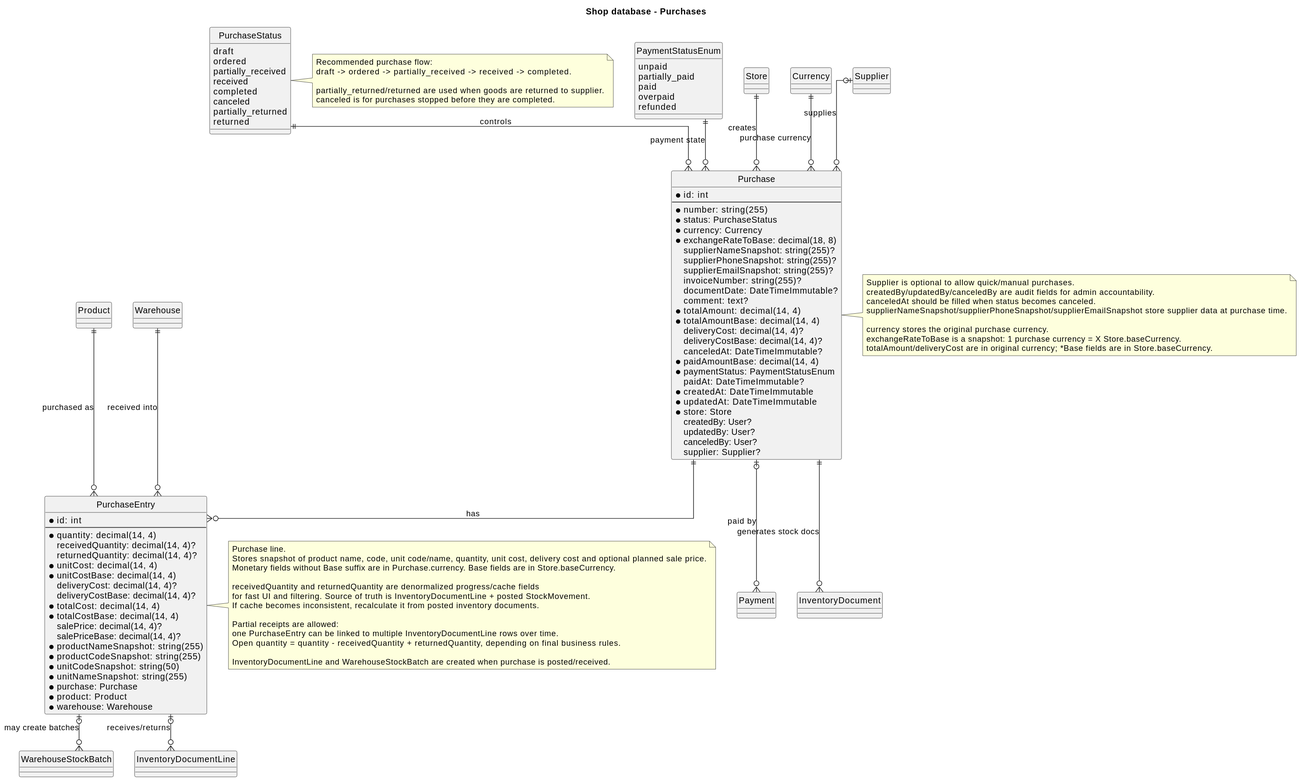
The PlantUML diagram src/Uml/database/06_Purchases.svg in Tolik1794/shop, before a commit.
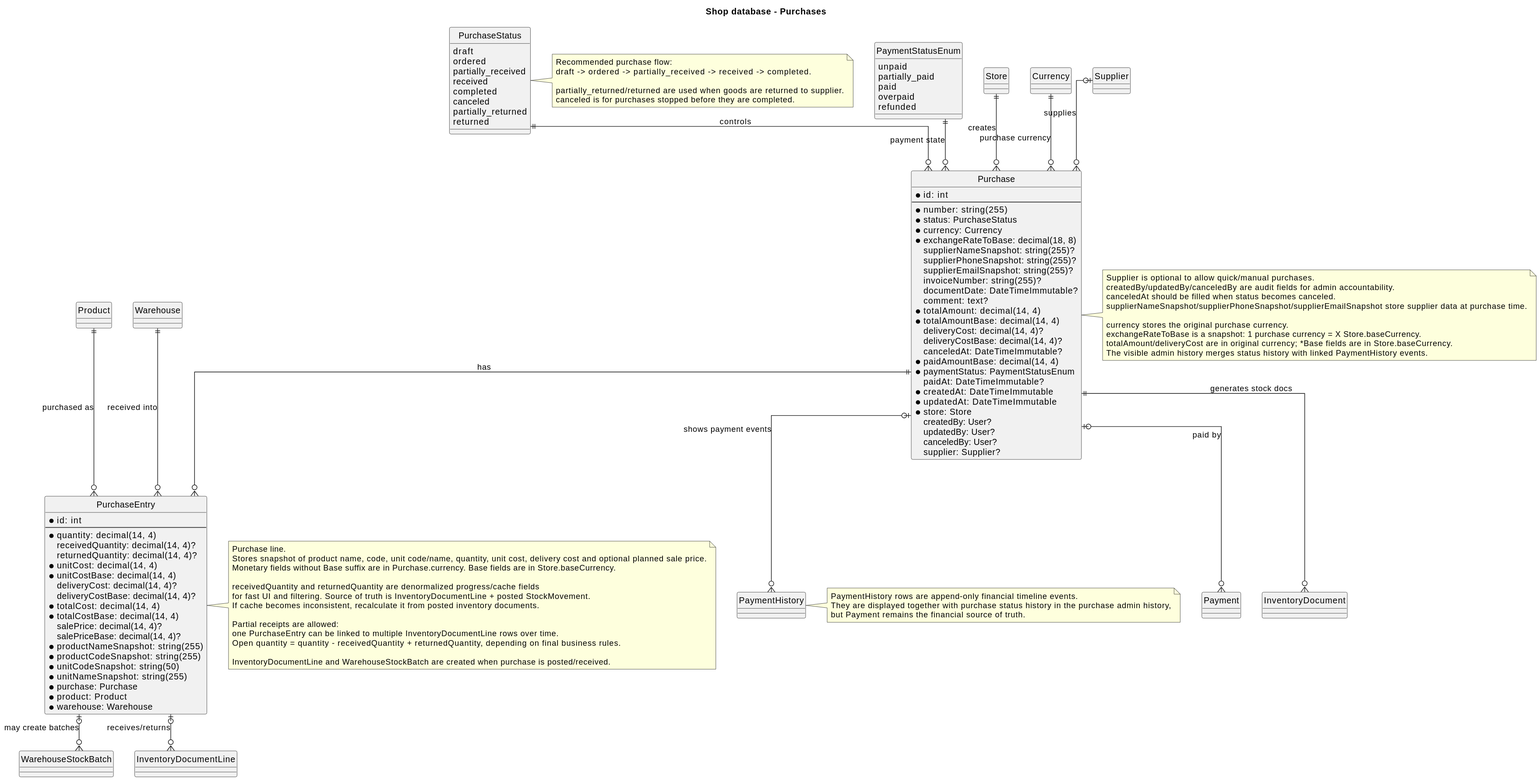
After the change.

What changed in the source:
```diff
@@ -83,6 +83,7 @@
 PaymentStatusEnum ||--o{ Purchase : payment state
 Purchase ||--o{ PurchaseEntry : has
 Purchase |o--o{ Payment : paid by
+Purchase |o--o{ PaymentHistory : shows payment events
 Purchase ||--o{ InventoryDocument : generates stock docs
 Product ||--o{ PurchaseEntry : purchased as
 Warehouse ||--o{ PurchaseEntry : received into
@@ -98,6 +99,13 @@
   currency stores the original purchase currency.
   exchangeRateToBase is a snapshot: 1 purchase currency = X Store.baseCurrency.
   totalAmount/deliveryCost are in original currency; *Base fields are in Store.baseCurrency.
+  The visible admin history merges status history with linked PaymentHistory events.
+end note
+
+note right of PaymentHistory
+  PaymentHistory rows are append-only financial timeline events.
+  They are displayed together with purchase status history in the purchase admin history,
+  but Payment remains the financial source of truth.
 end note
 
 note right of PurchaseStatus
```
